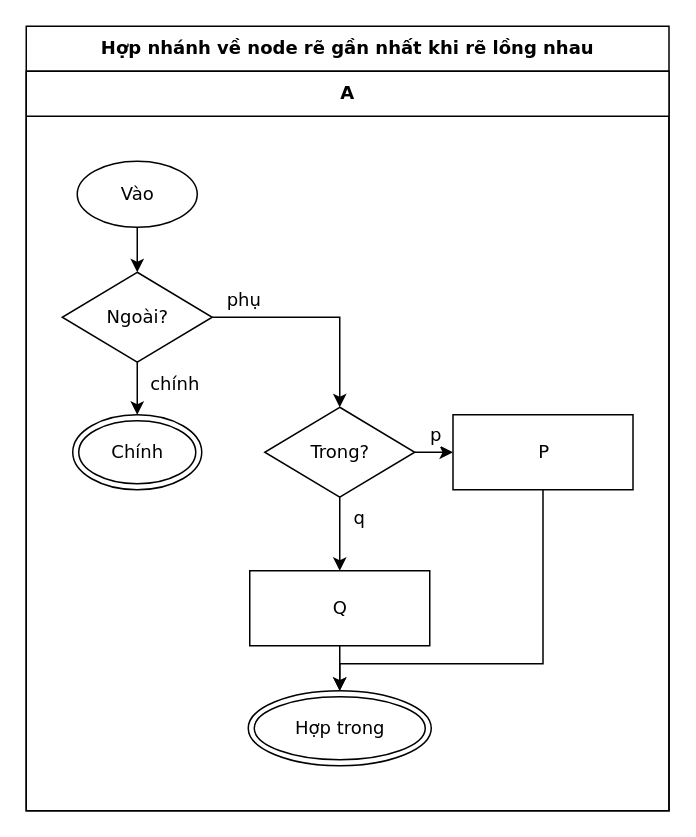
Above: conformance/golden/optimize/cases-42-place-merge-nested.drawio in luytbq/flowcast (draw.io), before the change. Source tidied: cells renumbered, new cells numbered last; positions are measured from the earlier drawing's top-left corner, leaving out a move shared by most shapes. Both pictures are drawn from the tidied source at 150%, with x=0, y=0 at pixel (26, 26).
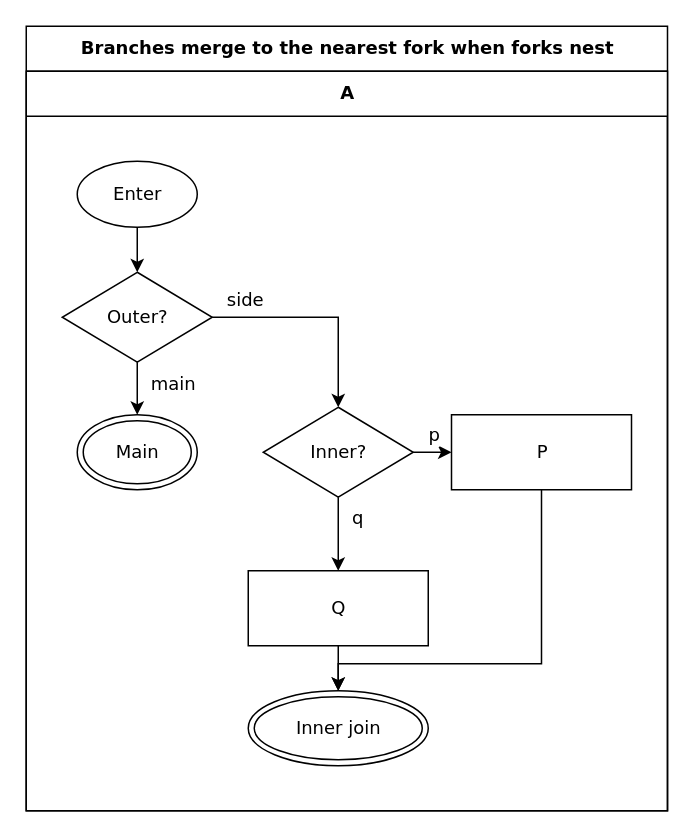
Above is the later version.

The edit, as a diff of the source:
```diff
@@
-    <mxCell id="2" value="Hợp nhánh về node rẽ gần nhất khi rẽ lồng nhau" style="swimlane;html=1;startSize=30;fontStyle=1;fontFamily=Verdana;fontSize=12;flowtable=1;" parent="1" vertex="1">
-      <mxGeometry width="428.5" height="523" as="geometry" />
+    <mxCell id="2" value="Branches merge to the nearest fork when forks nest" style="swimlane;html=1;startSize=30;fontStyle=1;fontFamily=Verdana;fontSize=12;flowtable=1;" parent="1" vertex="1">
+      <mxGeometry width="427.5" height="523" as="geometry" />
     </mxCell>
     <mxCell id="3" value="A" style="swimlane;html=1;startSize=30;fontFamily=Verdana;fontSize=12;flowtable=1;" parent="2" vertex="1">
-      <mxGeometry y="30" width="428.5" height="493" as="geometry" />
+      <mxGeometry y="30" width="427.5" height="493" as="geometry" />
     </mxCell>
-    <mxCell id="4" value="Vào" style="ellipse;html=1;fontFamily=Verdana;fontSize=12;flowtable=1;" parent="3" vertex="1">
+    <mxCell id="4" value="Enter" style="ellipse;html=1;fontFamily=Verdana;fontSize=12;flowtable=1;" parent="3" vertex="1">
       <mxGeometry x="34" y="60" width="80" height="44" as="geometry" />
     </mxCell>
-    <mxCell id="5" value="Ngoài?" style="rhombus;html=1;fontFamily=Verdana;fontSize=12;flowtable=1;" parent="3" vertex="1">
+    <mxCell id="5" value="Outer?" style="rhombus;html=1;fontFamily=Verdana;fontSize=12;flowtable=1;" parent="3" vertex="1">
       <mxGeometry x="24" y="134" width="100" height="60" as="geometry" />
     </mxCell>
-    <mxCell id="6" value="Trong?" style="rhombus;html=1;fontFamily=Verdana;fontSize=12;flowtable=1;" parent="3" vertex="1">
-      <mxGeometry x="159" y="224" width="100" height="60" as="geometry" />
+    <mxCell id="6" value="Inner?" style="rhombus;html=1;fontFamily=Verdana;fontSize=12;flowtable=1;" parent="3" vertex="1">
+      <mxGeometry x="158" y="224" width="100" height="60" as="geometry" />
     </mxCell>
     <mxCell id="7" value="P" style="rounded=0;html=1;fontFamily=Verdana;fontSize=12;flowtable=1;" parent="3" vertex="1">
-      <mxGeometry x="284.5" y="229" width="120" height="50" as="geometry" />
+      <mxGeometry x="283.5" y="229" width="120" height="50" as="geometry" />
     </mxCell>
     <mxCell id="8" value="Q" style="rounded=0;html=1;fontFamily=Verdana;fontSize=12;flowtable=1;" parent="3" vertex="1">
-      <mxGeometry x="149" y="333" width="120" height="50" as="geometry" />
+      <mxGeometry x="148" y="333" width="120" height="50" as="geometry" />
     </mxCell>
-    <mxCell id="9" value="Hợp trong" style="shape=doubleEllipse;html=1;fontFamily=Verdana;fontSize=12;flowtable=1;" parent="3" vertex="1">
-      <mxGeometry x="148" y="413" width="122" height="50" as="geometry" />
+    <mxCell id="9" value="Inner join" style="shape=doubleEllipse;html=1;fontFamily=Verdana;fontSize=12;flowtable=1;" parent="3" vertex="1">
+      <mxGeometry x="148" y="413" width="120" height="50" as="geometry" />
     </mxCell>
-    <mxCell id="10" value="Chính" style="shape=doubleEllipse;html=1;fontFamily=Verdana;fontSize=12;flowtable=1;" parent="3" vertex="1">
-      <mxGeometry x="31" y="229" width="86" height="50" as="geometry" />
+    <mxCell id="10" value="Main" style="shape=doubleEllipse;html=1;fontFamily=Verdana;fontSize=12;flowtable=1;" parent="3" vertex="1">
+      <mxGeometry x="34" y="229" width="80" height="50" as="geometry" />
     </mxCell>
@@
-    <mxCell id="12" value="phụ" style="edgeStyle=orthogonalEdgeStyle;rounded=0;jettySize=auto;html=1;labelBackgroundColor=default;exitX=1;exitY=0.5;exitDx=0;exitDy=0;entryX=0.5;entryY=0;entryDx=0;entryDy=0;fontFamily=Verdana;fontSize=12;flowtable=1;" parent="2" edge="1" source="5" target="6">
-      <mxGeometry x="-0.71" relative="1" as="geometry">
+    <mxCell id="12" value="side" style="edgeStyle=orthogonalEdgeStyle;rounded=0;jettySize=auto;html=1;labelBackgroundColor=default;exitX=1;exitY=0.5;exitDx=0;exitDy=0;entryX=0.5;entryY=0;entryDx=0;entryDy=0;fontFamily=Verdana;fontSize=12;flowtable=1;" parent="2" edge="1" source="5" target="6">
+      <mxGeometry x="-0.69" relative="1" as="geometry">
         <Array as="points">
-          <mxPoint x="209" y="194" />
+          <mxPoint x="208" y="194" />
         </Array>
         <mxPoint y="-11.5" as="offset" />
       </mxGeometry>
     </mxCell>
-    <mxCell id="13" value="chính" style="edgeStyle=orthogonalEdgeStyle;rounded=0;jettySize=auto;html=1;labelBackgroundColor=default;exitX=0.5;exitY=1;exitDx=0;exitDy=0;entryX=0.5;entryY=0;entryDx=0;entryDy=0;fontFamily=Verdana;fontSize=12;flowtable=1;" parent="2" edge="1" source="5" target="10">
+    <mxCell id="13" value="main" style="edgeStyle=orthogonalEdgeStyle;rounded=0;jettySize=auto;html=1;labelBackgroundColor=default;exitX=0.5;exitY=1;exitDx=0;exitDy=0;entryX=0.5;entryY=0;entryDx=0;entryDy=0;fontFamily=Verdana;fontSize=12;flowtable=1;" parent="2" edge="1" source="5" target="10">
       <mxGeometry x="-0.17" relative="1" as="geometry">
-        <mxPoint x="25.2" as="offset" />
+        <mxPoint x="23.9" as="offset" />
       </mxGeometry>
     </mxCell>
@@
     <mxCell id="16" style="edgeStyle=orthogonalEdgeStyle;rounded=0;jettySize=auto;html=1;labelBackgroundColor=default;exitX=0.5;exitY=1;exitDx=0;exitDy=0;entryX=0.5;entryY=0;entryDx=0;entryDy=0;fontFamily=Verdana;fontSize=12;flowtable=1;" parent="2" edge="1" source="7" target="9">
       <mxGeometry relative="1" as="geometry">
         <Array as="points">
-          <mxPoint x="344.5" y="425" />
-          <mxPoint x="209" y="425" />
+          <mxPoint x="343.5" y="425" />
+          <mxPoint x="208" y="425" />
         </Array>
       </mxGeometry>
     </mxCell>
```
